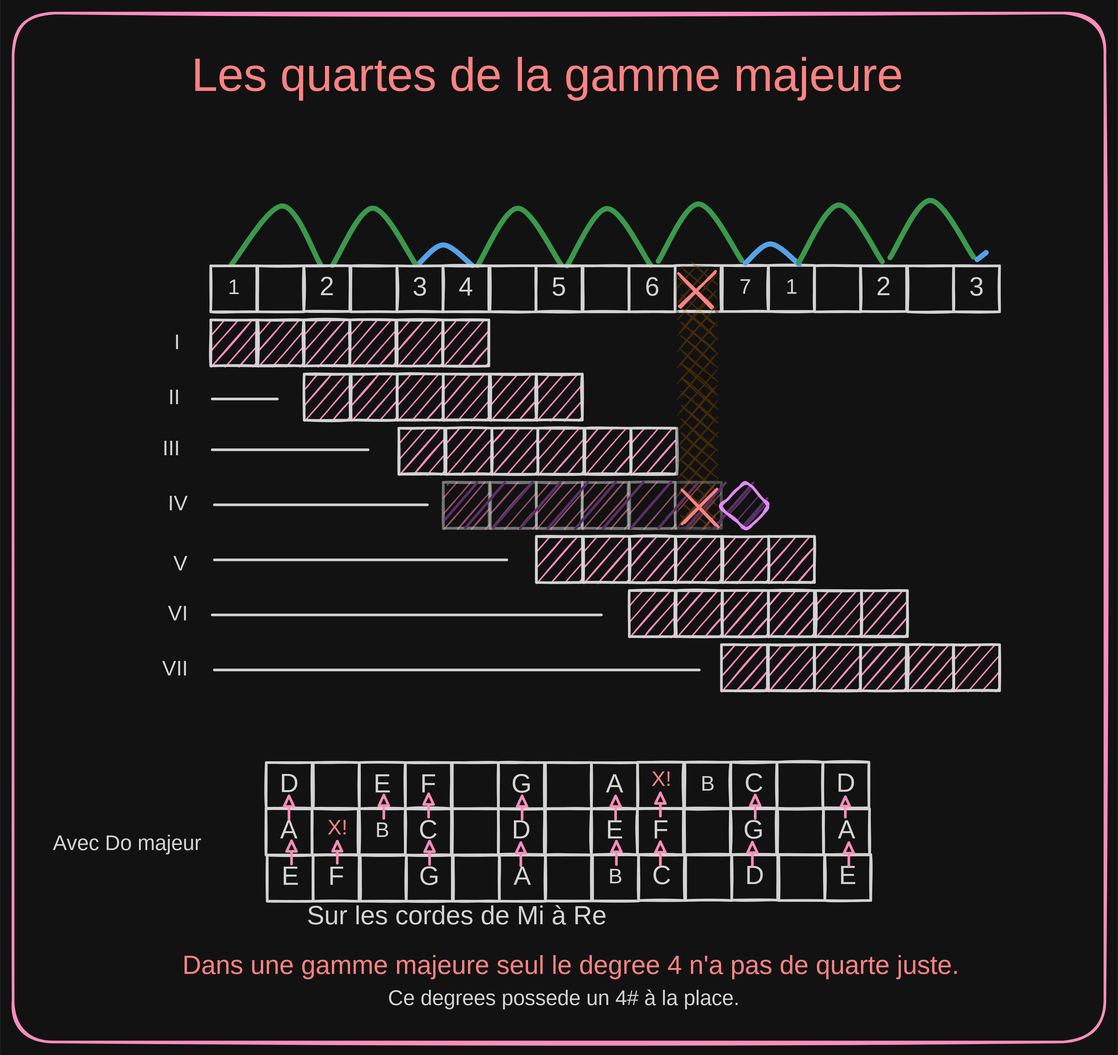
The Excalidraw diagram 2.0.4th.majorscale.excalidraw.svg in Sydekends/excalidraw, before a commit. Source tidied: one line per element, renumbered; positions are measured from the earlier drawing's top-left corner, leaving out a move shared by most shapes.
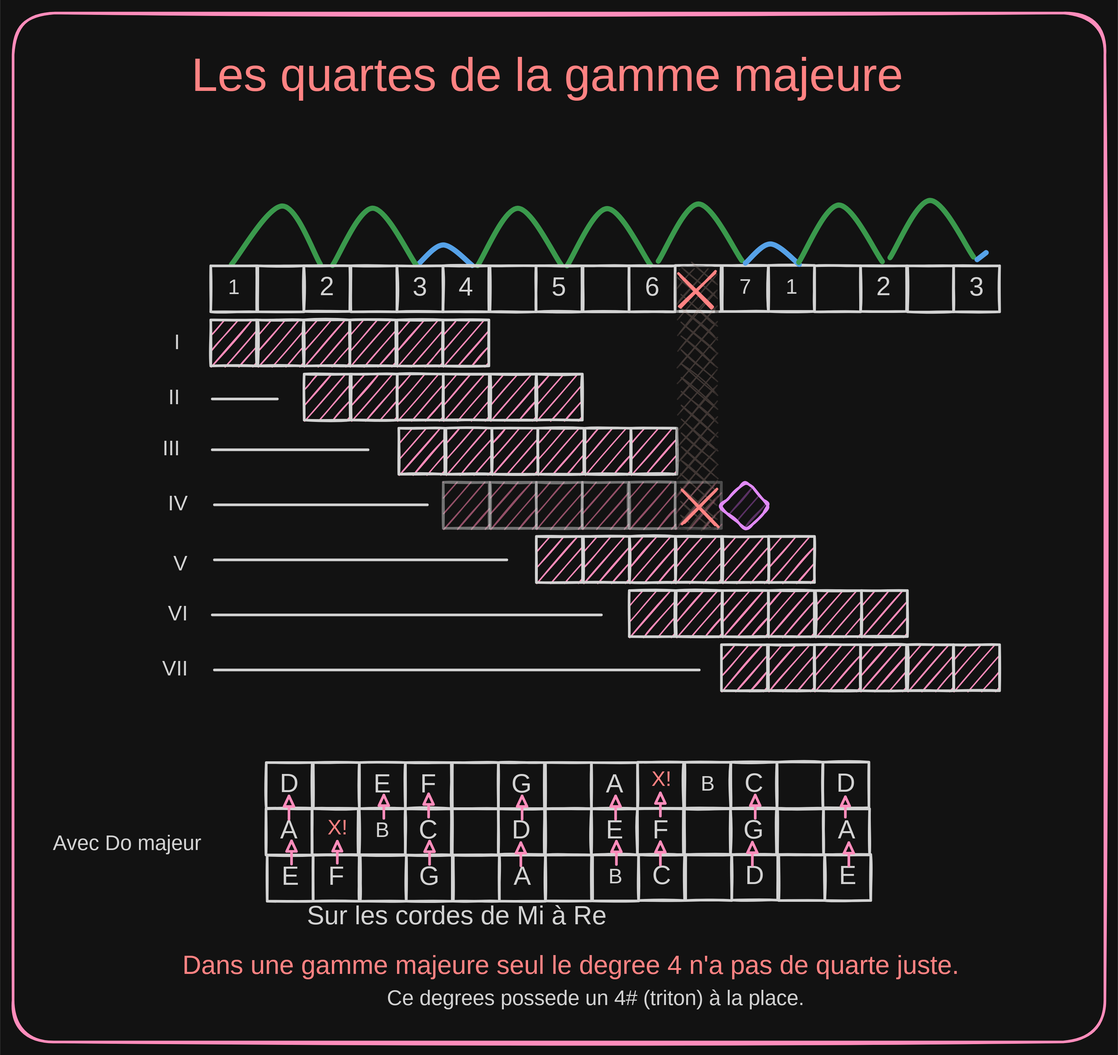
Later version of the same file.

Change to the diagram source:
```diff
@@ -79,7 +79,7 @@
 {"id": 78, "type": "line", "strokeColor": "#2f9e44", "strokeWidth": 4, "roughness": 0, "round": true, "x": 603, "y": 191, "width": 64, "height": 44, "points": [[0, 0], [31, -44], [64, -1]]}
 {"id": 79, "type": "line", "strokeColor": "#2f9e44", "strokeWidth": 4, "roughness": 0, "round": true, "x": 673, "y": 188, "width": 64, "height": 44, "points": [[0, 0], [31, -44], [64, -1]]}
 {"id": 80, "type": "line", "strokeColor": "#1971c2", "strokeWidth": 4, "roughness": 0, "round": true, "x": 740, "y": 189, "width": 7, "height": 5, "points": [[0, 0], [7, -5]]}
-{"id": 81, "type": "rectangle", "strokeColor": "#ffffff", "backgroundColor": "#f08c00", "fillStyle": "cross-hatch", "strokeWidth": 2, "roughness": 1, "opacity": 30, "round": true, "x": 509, "y": 195, "width": 31, "height": 202}
+{"id": 81, "type": "rectangle", "strokeColor": "#ffffff", "backgroundColor": "#846358", "fillStyle": "cross-hatch", "strokeWidth": 2, "roughness": 1, "opacity": 30, "round": true, "x": 509, "y": 195, "width": 31, "height": 202}
 {"id": 82, "type": "text", "text": "Dans une gamme majeure seul le degree 4 n'a pas de quarte juste.", "strokeColor": "#e03131", "backgroundColor": "#9c36b5", "fillStyle": "solid", "strokeWidth": 2, "roughness": 0, "fontSize": 20, "fontFamily": 5, "x": 130, "y": 719, "width": 636, "height": 25}
 {"id": 83, "type": "rectangle", "strokeColor": "#1e1e1e", "strokeWidth": 2, "roughness": 1, "x": 195, "y": 646, "width": 35, "height": 35}
 {"id": 84, "type": "text", "text": "E", "strokeColor": "#1e1e1e", "strokeWidth": 4, "roughness": 1, "fontSize": 20, "fontFamily": 5, "textAlign": "center", "verticalAlign": "middle", "inside": 83, "x": 206, "y": 651, "width": 14, "height": 25}
@@ -177,8 +177,7 @@
 {"id": 176, "type": "line", "strokeColor": "#1e1e1e", "backgroundColor": "#ffffff", "fillStyle": "cross-hatch", "strokeWidth": 2, "roughness": 0, "round": true, "x": 153, "y": 462, "width": 299, "height": 0, "points": [[0, 0], [299, 0]]}
 {"id": 177, "type": "line", "strokeColor": "#1e1e1e", "backgroundColor": "#ffffff", "fillStyle": "cross-hatch", "strokeWidth": 2, "roughness": 0, "round": true, "x": 155, "y": 504, "width": 372, "height": 0, "points": [[0, 0], [372, 0]]}
 {"id": 178, "type": "text", "text": "Avec Do majeur", "strokeColor": "#1e1e1e", "backgroundColor": "#ffffff", "fillStyle": "cross-hatch", "strokeWidth": 2, "roughness": 0, "fontSize": 16, "fontFamily": 5, "x": 31, "y": 628, "width": 120, "height": 20}
-{"id": 179, "type": "rectangle", "strokeColor": "transparent", "backgroundColor": "#eebefa", "fillStyle": "hachure", "strokeWidth": 4, "roughness": 0, "round": true, "x": 331, "y": 360, "width": 248, "height": 35}
-{"id": 180, "type": "text", "text": "Ce degrees possede un 4# à la place.", "strokeColor": "#1e1e1e", "backgroundColor": "#eebefa", "fillStyle": "hachure", "strokeWidth": 4, "roughness": 0, "fontSize": 16, "fontFamily": 5, "x": 288, "y": 747, "width": 288, "height": 20}
+{"id": 180, "type": "text", "text": "Ce degrees possede un 4# (triton) à la place.", "strokeColor": "#1e1e1e", "backgroundColor": "#eebefa", "fillStyle": "hachure", "strokeWidth": 4, "roughness": 0, "fontSize": 16, "fontFamily": 5, "x": 287, "y": 747, "width": 355, "height": 20}
 {"id": 181, "type": "diamond", "strokeColor": "#9c36b5", "backgroundColor": "#eebefa", "fillStyle": "hachure", "strokeWidth": 2, "roughness": 1, "round": true, "x": 543, "y": 359, "width": 38, "height": 38}
 {"id": 182, "type": "line", "strokeColor": "#e03131", "backgroundColor": "#eebefa", "fillStyle": "solid", "strokeWidth": 2, "roughness": 1, "round": true, "x": 512, "y": 201, "width": 25, "height": 25, "points": [[0, 0], [25, 25]]}
 {"id": 183, "type": "line", "strokeColor": "#e03131", "backgroundColor": "#eebefa", "fillStyle": "solid", "strokeWidth": 2, "roughness": 1, "round": true, "x": 512, "y": 225, "width": 27, "height": 27, "points": [[0, 0], [27, -27]]}
```
